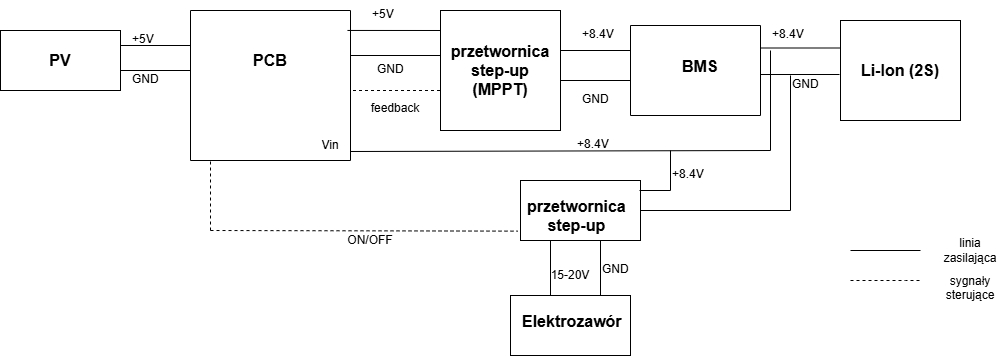
Above: Moduł_Zaworu/schemat zasilania moduł zaworu.drawio (1).png in Fifi02/praca-inzynierska (draw.io), before the change. Source tidied: cells renumbered, new cells last; positions are measured from the earlier drawing's top-left corner, leaving out a move shared by most shapes.
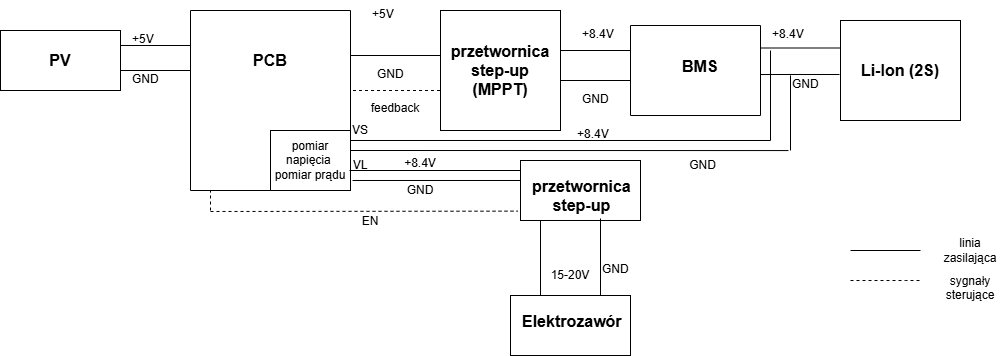
The same file after the commit.

Commit message:
Gotowy do zatwierdzenia moduł zasilaina

The edit, as a diff of the source:
```diff
@@ -3,14 +3,14 @@
     <mxCell id="0" />
     <mxCell id="1" parent="0" />
     <mxCell id="2" style="swimlane;startSize=0;" parent="1" vertex="1">
-      <mxGeometry x="190" y="10" width="160" height="150" as="geometry" />
+      <mxGeometry x="190" y="10" width="160" height="180" as="geometry" />
     </mxCell>
     <mxCell id="3" value="&lt;span style=&quot;font-size: 16px;&quot;&gt;PCB&lt;/span&gt;" style="text;html=1;whiteSpace=wrap;strokeColor=none;fillColor=none;align=center;verticalAlign=middle;rounded=0;fontStyle=1;" parent="2" vertex="1">
       <mxGeometry x="50" y="35" width="60" height="30" as="geometry" />
     </mxCell>
-    <mxCell id="4" value="Vin" style="text;html=1;whiteSpace=wrap;strokeColor=none;fillColor=none;align=center;verticalAlign=middle;rounded=0;" parent="2" vertex="1">
-      <mxGeometry x="110" y="120" width="60" height="30" as="geometry" />
-    </mxCell>
+    <mxCell id="54" value="pomiar napięcia&amp;nbsp;&lt;div&gt;pomiar prądu&lt;/div&gt;" style="rounded=0;whiteSpace=wrap;html=1;" parent="2" vertex="1">
+      <mxGeometry x="80" y="120" width="80" height="60" as="geometry" />
+    </mxCell>
     <mxCell id="5" style="endArrow=none;html=1;rounded=0;" parent="1" edge="1">
       <mxGeometry relative="1" as="geometry">
         <mxPoint x="120" y="45" as="sourcePoint" />
@@ -36,7 +36,7 @@
       <mxGeometry x="130" y="25" width="60" height="40" as="geometry" />
     </mxCell>
     <mxCell id="11" value="GND" style="text;whiteSpace=wrap;html=1;" parent="1" vertex="1">
-      <mxGeometry x="375" y="55" width="60" height="40" as="geometry" />
+      <mxGeometry x="375" y="60" width="55" height="35" as="geometry" />
     </mxCell>
     <mxCell id="12" value="+5V" style="text;whiteSpace=wrap;html=1;" parent="1" vertex="1">
       <mxGeometry x="370" width="60" height="25" as="geometry" />
@@ -50,11 +50,6 @@
         <mxPoint x="440" y="55" as="targetPoint" />
       </mxGeometry>
     </mxCell>
-    <mxCell id="15" style="endArrow=none;html=1;rounded=0;exitX=0.981;exitY=0.133;exitDx=0;exitDy=0;exitPerimeter=0;" parent="1" edge="1" source="2">
-      <mxGeometry relative="1" as="geometry">
-        <mxPoint x="450" y="30" as="targetPoint" />
-      </mxGeometry>
-    </mxCell>
     <mxCell id="16" style="rounded=0;whiteSpace=wrap;html=1;" parent="1" vertex="1">
       <mxGeometry x="440" y="10" width="120" height="120" as="geometry" />
     </mxCell>
@@ -103,47 +98,27 @@
     <mxCell id="28" value="&lt;span style=&quot;font-size: 16px;&quot;&gt;&lt;b&gt;Li-Ion (2S)&lt;/b&gt;&lt;/span&gt;" style="rounded=0;whiteSpace=wrap;html=1;" parent="1" vertex="1">
       <mxGeometry x="840" y="20" width="120" height="100" as="geometry" />
     </mxCell>
-    <mxCell id="29" style="endArrow=none;html=1;rounded=0;exitX=1;exitY=0.94;exitDx=0;exitDy=0;exitPerimeter=0;" parent="1" edge="1" source="2">
+    <mxCell id="29" style="endArrow=none;html=1;rounded=0;" parent="1" edge="1" source="30">
       <mxGeometry relative="1" as="geometry">
-        <mxPoint x="770" y="150" as="targetPoint" />
+        <mxPoint x="770" y="140" as="targetPoint" />
+        <Array as="points">
+          <mxPoint x="560" y="140" />
+        </Array>
       </mxGeometry>
     </mxCell>
-    <mxCell id="30" value="+8.4V" style="text;whiteSpace=wrap;html=1;" parent="1" vertex="1">
-      <mxGeometry x="575" y="130" width="70" height="40" as="geometry" />
-    </mxCell>
     <mxCell id="31" style="rounded=0;whiteSpace=wrap;html=1;" parent="1" vertex="1">
-      <mxGeometry x="520" y="180" width="120" height="60" as="geometry" />
+      <mxGeometry x="520" y="160" width="120" height="60" as="geometry" />
     </mxCell>
     <mxCell id="32" style="endArrow=none;html=1;rounded=0;" parent="1" edge="1">
       <mxGeometry relative="1" as="geometry">
-        <mxPoint x="790" y="210" as="sourcePoint" />
+        <mxPoint x="790" y="150" as="sourcePoint" />
         <mxPoint x="790" y="75" as="targetPoint" />
       </mxGeometry>
     </mxCell>
-    <mxCell id="33" style="endArrow=none;html=1;rounded=0;exitX=1;exitY=0.5;exitDx=0;exitDy=0;" parent="1" edge="1" source="31">
-      <mxGeometry relative="1" as="geometry">
-        <mxPoint x="790" y="210" as="targetPoint" />
-      </mxGeometry>
-    </mxCell>
-    <mxCell id="34" style="endArrow=none;html=1;rounded=0;" parent="1" edge="1">
-      <mxGeometry relative="1" as="geometry">
-        <mxPoint x="670" y="150" as="sourcePoint" />
-        <mxPoint x="670" y="190" as="targetPoint" />
-      </mxGeometry>
-    </mxCell>
-    <mxCell id="35" style="endArrow=none;html=1;rounded=0;" parent="1" edge="1">
-      <mxGeometry relative="1" as="geometry">
-        <mxPoint x="670" y="190" as="sourcePoint" />
-        <mxPoint x="639" y="190" as="targetPoint" />
-      </mxGeometry>
-    </mxCell>
-    <mxCell id="36" value="+8.4V" style="text;whiteSpace=wrap;html=1;" parent="1" vertex="1">
-      <mxGeometry x="670" y="160" width="70" height="40" as="geometry" />
-    </mxCell>
     <mxCell id="37" style="endArrow=none;html=1;rounded=0;" parent="1" edge="1">
       <mxGeometry relative="1" as="geometry">
         <mxPoint x="770" y="50" as="sourcePoint" />
-        <mxPoint x="770" y="150" as="targetPoint" />
+        <mxPoint x="770" y="140" as="targetPoint" />
       </mxGeometry>
     </mxCell>
     <mxCell id="38" value="GND" style="text;whiteSpace=wrap;html=1;" parent="1" vertex="1">
@@ -157,16 +132,16 @@
     </mxCell>
     <mxCell id="40" style="endArrow=none;dashed=1;html=1;rounded=0;entryX=-0.021;entryY=0.844;entryDx=0;entryDy=0;entryPerimeter=0;" parent="1" edge="1" target="31">
       <mxGeometry relative="1" as="geometry">
-        <mxPoint x="210" y="230" as="sourcePoint" />
+        <mxPoint x="210" y="211" as="sourcePoint" />
       </mxGeometry>
     </mxCell>
-    <mxCell id="41" value="ON/OFF" style="text;html=1;whiteSpace=wrap;strokeColor=none;fillColor=none;align=center;verticalAlign=middle;rounded=0;" parent="1" vertex="1">
-      <mxGeometry x="340" y="240" width="60" as="geometry" />
+    <mxCell id="41" value="EN" style="text;html=1;whiteSpace=wrap;strokeColor=none;fillColor=none;align=center;verticalAlign=middle;rounded=0;" parent="1" vertex="1">
+      <mxGeometry x="340" y="220" width="60" as="geometry" />
     </mxCell>
     <mxCell id="42" style="endArrow=none;dashed=1;html=1;rounded=0;" parent="1" edge="1">
       <mxGeometry relative="1" as="geometry">
-        <mxPoint x="210" y="230" as="sourcePoint" />
-        <mxPoint x="210" y="160" as="targetPoint" />
+        <mxPoint x="210" y="210" as="sourcePoint" />
+        <mxPoint x="210" y="190" as="targetPoint" />
       </mxGeometry>
     </mxCell>
     <mxCell id="43" style="edgeStyle=orthogonalEdgeStyle;rounded=0;orthogonalLoop=1;jettySize=auto;html=1;exitX=0;exitY=0;exitDx=0;exitDy=0;" parent="1" edge="1" source="41" target="41">
@@ -194,18 +169,18 @@
     <mxCell id="47" value="sygnały sterujące&lt;br&gt;&lt;div&gt;&lt;br&gt;&lt;/div&gt;" style="text;html=1;whiteSpace=wrap;strokeColor=none;fillColor=none;align=center;verticalAlign=middle;rounded=0;" parent="1" vertex="1">
       <mxGeometry x="940" y="280" width="60" height="30" as="geometry" />
     </mxCell>
-    <mxCell id="48" style="endArrow=none;html=1;rounded=0;entryX=0.25;entryY=1;entryDx=0;entryDy=0;" parent="1" edge="1" target="31">
+    <mxCell id="48" style="endArrow=none;html=1;rounded=0;exitX=0.25;exitY=0;exitDx=0;exitDy=0;" parent="1" edge="1" source="51">
       <mxGeometry relative="1" as="geometry">
-        <mxPoint x="550" y="300" as="sourcePoint" />
+        <mxPoint x="540" y="220" as="targetPoint" />
       </mxGeometry>
     </mxCell>
     <mxCell id="49" value="15-20V" style="text;html=1;whiteSpace=wrap;strokeColor=none;fillColor=none;align=center;verticalAlign=middle;rounded=0;" parent="1" vertex="1">
       <mxGeometry x="540" y="260" width="60" height="30" as="geometry" />
     </mxCell>
-    <mxCell id="50" style="endArrow=none;html=1;rounded=0;entryX=0.25;entryY=1;entryDx=0;entryDy=0;" parent="1" edge="1">
+    <mxCell id="50" style="endArrow=none;html=1;rounded=0;" parent="1" edge="1">
       <mxGeometry relative="1" as="geometry">
         <mxPoint x="600" y="300" as="sourcePoint" />
-        <mxPoint x="600" y="240" as="targetPoint" />
+        <mxPoint x="600" y="218" as="targetPoint" />
       </mxGeometry>
     </mxCell>
     <mxCell id="51" style="rounded=0;whiteSpace=wrap;html=1;" parent="1" vertex="1">
@@ -215,7 +190,47 @@
       <mxGeometry x="520" y="305" width="110" height="40" as="geometry" />
     </mxCell>
     <mxCell id="53" value="&lt;div style=&quot;text-align: center;&quot;&gt;&lt;span style=&quot;background-color: transparent; color: light-dark(rgb(0, 0, 0), rgb(255, 255, 255)); font-size: 16px;&quot;&gt;&lt;b&gt;przetwornica&lt;/b&gt;&lt;/span&gt;&lt;/div&gt;&lt;div style=&quot;text-align: center;&quot;&gt;&lt;span style=&quot;background-color: transparent; color: light-dark(rgb(0, 0, 0), rgb(255, 255, 255)); font-size: 16px;&quot;&gt;&lt;b&gt;step-up&lt;/b&gt;&lt;/span&gt;&lt;/div&gt;" style="text;whiteSpace=wrap;html=1;" parent="1" vertex="1">
-      <mxGeometry x="525" y="190" width="110" height="40" as="geometry" />
+      <mxGeometry x="530" y="170" width="105" height="40" as="geometry" />
     </mxCell>
+    <mxCell id="55" style="endArrow=none;html=1;rounded=0;" parent="1" edge="1">
+      <mxGeometry relative="1" as="geometry">
+        <mxPoint x="349" y="170" as="sourcePoint" />
+        <mxPoint x="520" y="170" as="targetPoint" />
+      </mxGeometry>
+    </mxCell>
+    <mxCell id="56" style="endArrow=none;html=1;rounded=0;exitX=1.013;exitY=0.833;exitDx=0;exitDy=0;exitPerimeter=0;" parent="1" edge="1">
+      <mxGeometry relative="1" as="geometry">
+        <mxPoint x="350" y="150" as="sourcePoint" />
+        <mxPoint x="787.9" y="150.1" as="targetPoint" />
+      </mxGeometry>
+    </mxCell>
+    <mxCell id="4" value="VS" style="text;html=1;whiteSpace=wrap;strokeColor=none;fillColor=none;align=center;verticalAlign=middle;rounded=0;" parent="1" vertex="1">
+      <mxGeometry x="330" y="115" width="60" height="30" as="geometry" />
+    </mxCell>
+    <mxCell id="57" value="GND" style="text;html=1;whiteSpace=wrap;strokeColor=none;fillColor=none;align=center;verticalAlign=middle;rounded=0;" parent="1" vertex="1">
+      <mxGeometry x="670" y="150" width="65" height="30" as="geometry" />
+    </mxCell>
+    <mxCell id="58" style="endArrow=none;html=1;rounded=0;exitX=0.367;exitY=1;exitDx=0;exitDy=0;exitPerimeter=0;" parent="1" edge="1" source="60">
+      <mxGeometry relative="1" as="geometry">
+        <mxPoint x="520" y="180" as="targetPoint" />
+      </mxGeometry>
+    </mxCell>
+    <mxCell id="59" value="GND" style="text;html=1;whiteSpace=wrap;strokeColor=none;fillColor=none;align=center;verticalAlign=middle;rounded=0;" parent="1" vertex="1">
+      <mxGeometry x="390" y="175" width="60" height="30" as="geometry" />
+    </mxCell>
+    <mxCell id="60" value="VL" style="text;html=1;whiteSpace=wrap;strokeColor=none;fillColor=none;align=center;verticalAlign=middle;rounded=0;" parent="1" vertex="1">
+      <mxGeometry x="330" y="150" width="60" height="30" as="geometry" />
+    </mxCell>
+    <mxCell id="61" style="endArrow=none;html=1;rounded=0;" parent="1" edge="1" target="30">
+      <mxGeometry relative="1" as="geometry">
+        <mxPoint x="350" y="140" as="sourcePoint" />
+      </mxGeometry>
+    </mxCell>
+    <mxCell id="30" value="+8.4V" style="text;whiteSpace=wrap;html=1;" parent="1" vertex="1">
+      <mxGeometry x="575" y="120" width="70" height="40" as="geometry" />
+    </mxCell>
+    <mxCell id="36" value="+8.4V" style="text;html=1;whiteSpace=wrap;strokeColor=none;fillColor=none;align=center;verticalAlign=middle;rounded=0;" parent="1" vertex="1">
+      <mxGeometry x="410" y="160" width="20" height="5" as="geometry" />
+    </mxCell>
   </root>
 </mxGraphModel>
```
